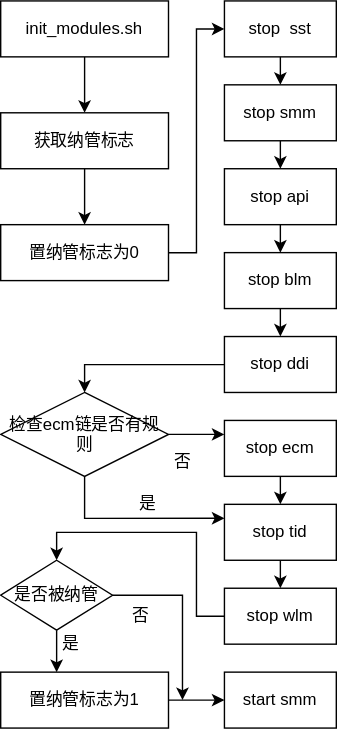
Before: drag_demo/init_modules.svg, a diagram exported from draw.io (Archive-ch/Web_Demo). Source tidied: cells renumbered, new cells last; positions are measured from the earlier drawing's top-left corner, leaving out a move shared by most shapes. Source of this version:
```xml
<mxGraphModel>
  <root>
    <mxCell id="0" />
    <mxCell id="1" parent="0" />
    <mxCell id="2" style="edgeStyle=orthogonalEdgeStyle;rounded=0;jettySize=auto;html=1;" parent="1" edge="1" source="3" target="36">
      <mxGeometry relative="1" as="geometry" />
    </mxCell>
    <mxCell id="3" value="init_modules.sh" style="whiteSpace=wrap;html=1;" parent="1" vertex="1">
      <mxGeometry width="120" height="40" as="geometry" />
    </mxCell>
    <mxCell id="4" style="edgeStyle=orthogonalEdgeStyle;rounded=0;jettySize=auto;html=1;exitX=0.5;exitY=1;exitDx=0;exitDy=0;entryX=0.5;entryY=0;entryDx=0;entryDy=0;" parent="1" edge="1" source="5" target="7">
      <mxGeometry relative="1" as="geometry" />
    </mxCell>
    <mxCell id="5" value="stop&amp;nbsp; sst" style="whiteSpace=wrap;html=1;" parent="1" vertex="1">
      <mxGeometry x="160" width="80" height="40" as="geometry" />
    </mxCell>
    <mxCell id="6" style="edgeStyle=orthogonalEdgeStyle;rounded=0;jettySize=auto;html=1;exitX=0.5;exitY=1;exitDx=0;exitDy=0;entryX=0.5;entryY=0;entryDx=0;entryDy=0;" parent="1" edge="1" source="7" target="9">
      <mxGeometry relative="1" as="geometry" />
    </mxCell>
    <mxCell id="7" value="stop smm" style="whiteSpace=wrap;html=1;" parent="1" vertex="1">
      <mxGeometry x="160" y="60" width="80" height="40" as="geometry" />
    </mxCell>
    <mxCell id="8" style="edgeStyle=orthogonalEdgeStyle;rounded=0;jettySize=auto;html=1;exitX=0.5;exitY=1;exitDx=0;exitDy=0;entryX=0.5;entryY=0;entryDx=0;entryDy=0;" parent="1" edge="1" source="9" target="11">
      <mxGeometry relative="1" as="geometry" />
    </mxCell>
    <mxCell id="9" value="stop api" style="whiteSpace=wrap;html=1;" parent="1" vertex="1">
      <mxGeometry x="160" y="120" width="80" height="40" as="geometry" />
    </mxCell>
    <mxCell id="10" style="edgeStyle=orthogonalEdgeStyle;rounded=0;jettySize=auto;html=1;exitX=0.5;exitY=1;exitDx=0;exitDy=0;entryX=0.5;entryY=0;entryDx=0;entryDy=0;" parent="1" edge="1" source="11" target="13">
      <mxGeometry relative="1" as="geometry" />
    </mxCell>
    <mxCell id="11" value="stop blm" style="whiteSpace=wrap;html=1;" parent="1" vertex="1">
      <mxGeometry x="160" y="180" width="80" height="40" as="geometry" />
    </mxCell>
    <mxCell id="12" style="edgeStyle=orthogonalEdgeStyle;rounded=0;jettySize=auto;html=1;entryX=0.5;entryY=0;entryDx=0;entryDy=0;" parent="1" edge="1" source="13" target="23">
      <mxGeometry relative="1" as="geometry" />
    </mxCell>
    <mxCell id="13" value="stop ddi" style="whiteSpace=wrap;html=1;" parent="1" vertex="1">
      <mxGeometry x="160" y="240" width="80" height="40" as="geometry" />
    </mxCell>
    <mxCell id="14" style="edgeStyle=orthogonalEdgeStyle;rounded=0;jettySize=auto;html=1;exitX=0.5;exitY=1;exitDx=0;exitDy=0;entryX=0.5;entryY=0;entryDx=0;entryDy=0;" parent="1" edge="1" source="15" target="17">
      <mxGeometry relative="1" as="geometry" />
    </mxCell>
    <mxCell id="15" value="stop ecm" style="whiteSpace=wrap;html=1;" parent="1" vertex="1">
      <mxGeometry x="160" y="300" width="80" height="40" as="geometry" />
    </mxCell>
    <mxCell id="16" style="edgeStyle=orthogonalEdgeStyle;rounded=0;jettySize=auto;html=1;exitX=0.5;exitY=1;exitDx=0;exitDy=0;entryX=0.5;entryY=0;entryDx=0;entryDy=0;" parent="1" edge="1" source="17" target="19">
      <mxGeometry relative="1" as="geometry" />
    </mxCell>
    <mxCell id="17" value="stop tid" style="whiteSpace=wrap;html=1;" parent="1" vertex="1">
      <mxGeometry x="160" y="360" width="80" height="40" as="geometry" />
    </mxCell>
    <mxCell id="18" style="edgeStyle=orthogonalEdgeStyle;rounded=0;jettySize=auto;html=1;entryX=0.5;entryY=0;entryDx=0;entryDy=0;" parent="1" edge="1" source="19" target="30">
      <mxGeometry relative="1" as="geometry">
        <Array as="points">
          <mxPoint x="140" y="440" />
          <mxPoint x="140" y="380" />
          <mxPoint x="40" y="380" />
        </Array>
      </mxGeometry>
    </mxCell>
    <mxCell id="19" value="stop wlm" style="whiteSpace=wrap;html=1;" parent="1" vertex="1">
      <mxGeometry x="160" y="420" width="80" height="40" as="geometry" />
    </mxCell>
    <mxCell id="20" value="start smm" style="whiteSpace=wrap;html=1;" parent="1" vertex="1">
      <mxGeometry x="160" y="480" width="80" height="40" as="geometry" />
    </mxCell>
    <mxCell id="21" style="edgeStyle=orthogonalEdgeStyle;rounded=0;jettySize=auto;html=1;entryX=0;entryY=0.25;entryDx=0;entryDy=0;" parent="1" edge="1" source="23" target="17">
      <mxGeometry relative="1" as="geometry">
        <Array as="points">
          <mxPoint x="60" y="370" />
        </Array>
      </mxGeometry>
    </mxCell>
    <mxCell id="22" style="edgeStyle=orthogonalEdgeStyle;rounded=0;jettySize=auto;html=1;entryX=0;entryY=0.25;entryDx=0;entryDy=0;" parent="1" edge="1" source="23" target="15">
      <mxGeometry relative="1" as="geometry" />
    </mxCell>
    <mxCell id="23" value="检查ecm链是否有规则" style="rhombus;whiteSpace=wrap;html=1;" parent="1" vertex="1">
      <mxGeometry y="280" width="120" height="60" as="geometry" />
    </mxCell>
    <mxCell id="24" value="否" style="text;html=1;align=center;verticalAlign=middle;" parent="1" vertex="1">
      <mxGeometry x="115" y="320" width="30" height="20" as="geometry" />
    </mxCell>
    <mxCell id="25" value="是" style="text;html=1;align=center;verticalAlign=middle;" parent="1" vertex="1">
      <mxGeometry x="90" y="350" width="30" height="20" as="geometry" />
    </mxCell>
    <mxCell id="26" style="edgeStyle=orthogonalEdgeStyle;rounded=0;jettySize=auto;html=1;entryX=0;entryY=0.5;entryDx=0;entryDy=0;" parent="1" edge="1" source="27" target="5">
      <mxGeometry relative="1" as="geometry" />
    </mxCell>
    <mxCell id="27" value="置纳管标志为0" style="whiteSpace=wrap;html=1;" parent="1" vertex="1">
      <mxGeometry y="160" width="120" height="40" as="geometry" />
    </mxCell>
    <mxCell id="28" style="edgeStyle=orthogonalEdgeStyle;rounded=0;jettySize=auto;html=1;" parent="1" edge="1" source="30">
      <mxGeometry relative="1" as="geometry">
        <mxPoint x="40" y="480" as="targetPoint" />
      </mxGeometry>
    </mxCell>
    <mxCell id="29" style="edgeStyle=orthogonalEdgeStyle;rounded=0;jettySize=auto;html=1;" parent="1" edge="1" source="30">
      <mxGeometry relative="1" as="geometry">
        <mxPoint x="130" y="500" as="targetPoint" />
      </mxGeometry>
    </mxCell>
    <mxCell id="30" value="是否被纳管" style="rhombus;whiteSpace=wrap;html=1;" parent="1" vertex="1">
      <mxGeometry y="400" width="80" height="50" as="geometry" />
    </mxCell>
    <mxCell id="31" style="edgeStyle=orthogonalEdgeStyle;rounded=0;jettySize=auto;html=1;entryX=0;entryY=0.5;entryDx=0;entryDy=0;" parent="1" edge="1" source="32" target="20">
      <mxGeometry relative="1" as="geometry" />
    </mxCell>
    <mxCell id="32" value="&lt;span&gt;置纳管标志为1&lt;/span&gt;" style="whiteSpace=wrap;html=1;" parent="1" vertex="1">
      <mxGeometry y="480" width="120" height="40" as="geometry" />
    </mxCell>
    <mxCell id="33" value="是" style="text;html=1;align=center;verticalAlign=middle;" parent="1" vertex="1">
      <mxGeometry x="35" y="450" width="30" height="20" as="geometry" />
    </mxCell>
    <mxCell id="34" value="否" style="text;html=1;align=center;verticalAlign=middle;" parent="1" vertex="1">
      <mxGeometry x="85" y="430" width="30" height="20" as="geometry" />
    </mxCell>
    <mxCell id="35" style="edgeStyle=orthogonalEdgeStyle;rounded=0;jettySize=auto;html=1;entryX=0.5;entryY=0;entryDx=0;entryDy=0;" parent="1" edge="1" source="36" target="27">
      <mxGeometry relative="1" as="geometry" />
    </mxCell>
    <mxCell id="36" value="获取纳管标志" style="whiteSpace=wrap;html=1;" parent="1" vertex="1">
      <mxGeometry y="80" width="120" height="40" as="geometry" />
    </mxCell>
  </root>
</mxGraphModel>
```
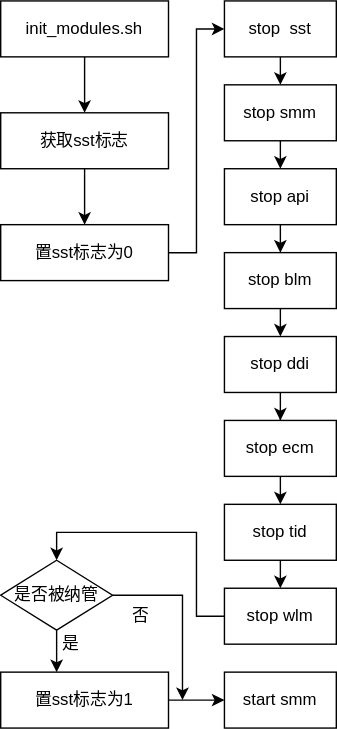
After the change.

Change to the diagram source:
```diff
@@ -32,9 +32,9 @@
     <mxCell id="11" value="stop blm" style="whiteSpace=wrap;html=1;" parent="1" vertex="1">
       <mxGeometry x="160" y="180" width="80" height="40" as="geometry" />
     </mxCell>
-    <mxCell id="12" style="edgeStyle=orthogonalEdgeStyle;rounded=0;jettySize=auto;html=1;entryX=0.5;entryY=0;entryDx=0;entryDy=0;" parent="1" edge="1" source="13" target="23">
-      <mxGeometry relative="1" as="geometry" />
-    </mxCell>
+    <mxCell id="37" style="edgeStyle=orthogonalEdgeStyle;rounded=0;jettySize=auto;html=1;entryX=0.5;entryY=0;entryDx=0;entryDy=0;" parent="1" edge="1" source="13" target="15">
+      <mxGeometry relative="1" as="geometry" />
+    </mxCell>
     <mxCell id="13" value="stop ddi" style="whiteSpace=wrap;html=1;" parent="1" vertex="1">
       <mxGeometry x="160" y="240" width="80" height="40" as="geometry" />
     </mxCell>
@@ -65,29 +65,10 @@
     <mxCell id="20" value="start smm" style="whiteSpace=wrap;html=1;" parent="1" vertex="1">
       <mxGeometry x="160" y="480" width="80" height="40" as="geometry" />
     </mxCell>
-    <mxCell id="21" style="edgeStyle=orthogonalEdgeStyle;rounded=0;jettySize=auto;html=1;entryX=0;entryY=0.25;entryDx=0;entryDy=0;" parent="1" edge="1" source="23" target="17">
-      <mxGeometry relative="1" as="geometry">
-        <Array as="points">
-          <mxPoint x="60" y="370" />
-        </Array>
-      </mxGeometry>
-    </mxCell>
-    <mxCell id="22" style="edgeStyle=orthogonalEdgeStyle;rounded=0;jettySize=auto;html=1;entryX=0;entryY=0.25;entryDx=0;entryDy=0;" parent="1" edge="1" source="23" target="15">
-      <mxGeometry relative="1" as="geometry" />
-    </mxCell>
-    <mxCell id="23" value="检查ecm链是否有规则" style="rhombus;whiteSpace=wrap;html=1;" parent="1" vertex="1">
-      <mxGeometry y="280" width="120" height="60" as="geometry" />
-    </mxCell>
-    <mxCell id="24" value="否" style="text;html=1;align=center;verticalAlign=middle;" parent="1" vertex="1">
-      <mxGeometry x="115" y="320" width="30" height="20" as="geometry" />
-    </mxCell>
-    <mxCell id="25" value="是" style="text;html=1;align=center;verticalAlign=middle;" parent="1" vertex="1">
-      <mxGeometry x="90" y="350" width="30" height="20" as="geometry" />
-    </mxCell>
     <mxCell id="26" style="edgeStyle=orthogonalEdgeStyle;rounded=0;jettySize=auto;html=1;entryX=0;entryY=0.5;entryDx=0;entryDy=0;" parent="1" edge="1" source="27" target="5">
       <mxGeometry relative="1" as="geometry" />
     </mxCell>
-    <mxCell id="27" value="置纳管标志为0" style="whiteSpace=wrap;html=1;" parent="1" vertex="1">
+    <mxCell id="27" value="置sst标志为0" style="whiteSpace=wrap;html=1;" parent="1" vertex="1">
       <mxGeometry y="160" width="120" height="40" as="geometry" />
     </mxCell>
     <mxCell id="28" style="edgeStyle=orthogonalEdgeStyle;rounded=0;jettySize=auto;html=1;" parent="1" edge="1" source="30">
@@ -106,7 +87,7 @@
     <mxCell id="31" style="edgeStyle=orthogonalEdgeStyle;rounded=0;jettySize=auto;html=1;entryX=0;entryY=0.5;entryDx=0;entryDy=0;" parent="1" edge="1" source="32" target="20">
       <mxGeometry relative="1" as="geometry" />
     </mxCell>
-    <mxCell id="32" value="&lt;span&gt;置纳管标志为1&lt;/span&gt;" style="whiteSpace=wrap;html=1;" parent="1" vertex="1">
+    <mxCell id="32" value="&lt;span&gt;置sst标志为1&lt;/span&gt;" style="whiteSpace=wrap;html=1;" parent="1" vertex="1">
       <mxGeometry y="480" width="120" height="40" as="geometry" />
     </mxCell>
     <mxCell id="33" value="是" style="text;html=1;align=center;verticalAlign=middle;" parent="1" vertex="1">
@@ -118,7 +99,7 @@
     <mxCell id="35" style="edgeStyle=orthogonalEdgeStyle;rounded=0;jettySize=auto;html=1;entryX=0.5;entryY=0;entryDx=0;entryDy=0;" parent="1" edge="1" source="36" target="27">
       <mxGeometry relative="1" as="geometry" />
     </mxCell>
-    <mxCell id="36" value="获取纳管标志" style="whiteSpace=wrap;html=1;" parent="1" vertex="1">
+    <mxCell id="36" value="获取sst标志" style="whiteSpace=wrap;html=1;" parent="1" vertex="1">
       <mxGeometry y="80" width="120" height="40" as="geometry" />
     </mxCell>
   </root>
```
